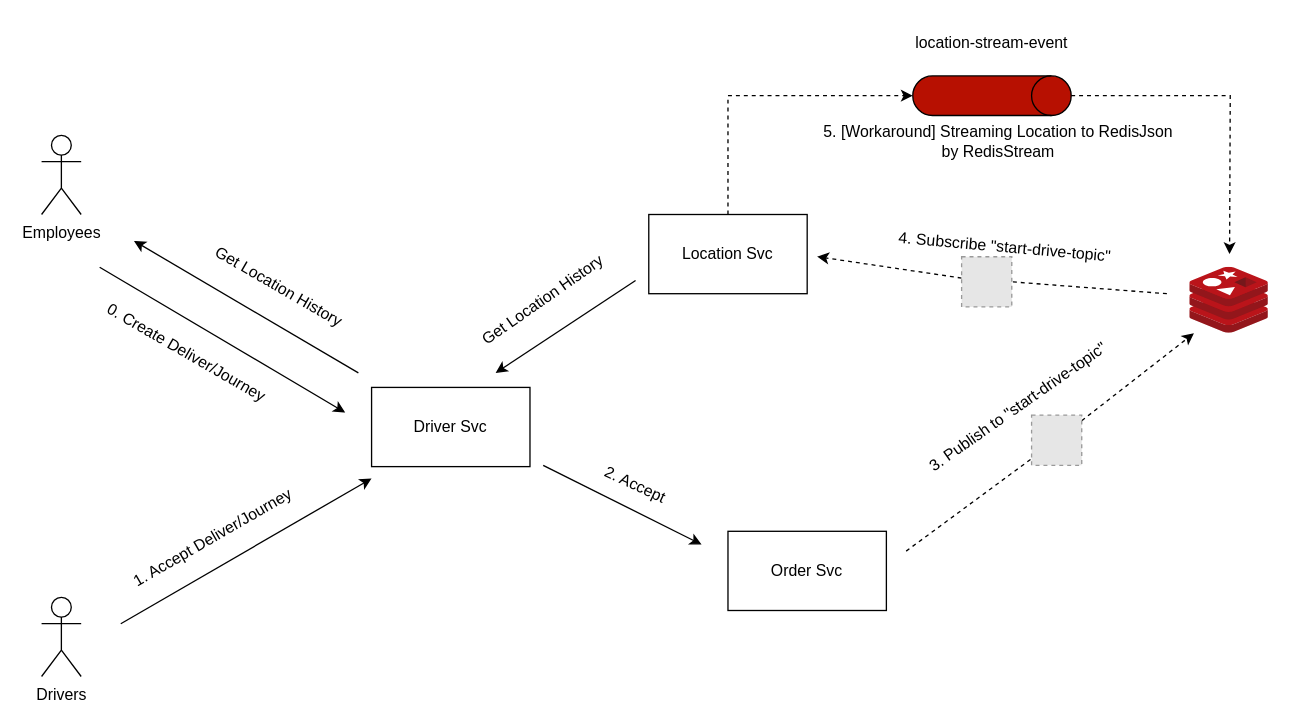
marttp/emp-friendly keeps this draw.io diagram as scenarios/AcceptOrderThenStartCollectLocation.drawio. Above is the earlier version. Source tidied: cells renumbered, new cells numbered last; positions are measured from the earlier drawing's top-left corner, leaving out a move shared by most shapes. Both pictures are drawn from the tidied source at 132%, with x=0, y=0 at pixel (41, 16). Pictures stored in the file or linked from it are replaced by grey dashed boxes.
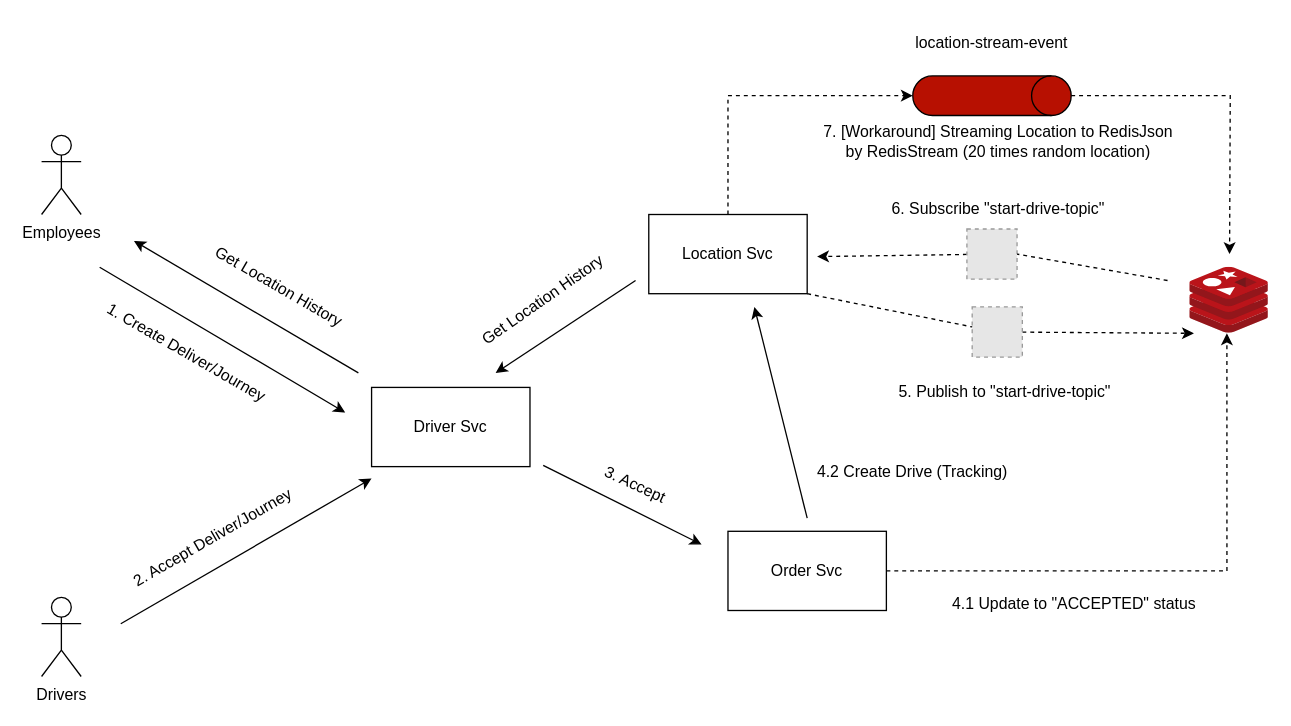
Above is the later version.

The change refers to these unchanged cells:
```xml
<mxCell id="3" style="sketch=0;html=1;points=[];align=center;image;fontSize=12;image=img/lib/mscae/Cache_Redis_Product.svg;" parent="1" vertex="1">
  <mxGeometry x="870" y="190" width="59.5" height="50" as="geometry" />
</mxCell>
<mxCell id="11" value="Order Svc" style="rounded=0;whiteSpace=wrap;html=1;" parent="1" vertex="1">
  <mxGeometry x="520" y="390" width="120" height="60" as="geometry" />
</mxCell>
<mxCell id="13" value="Location Svc" style="rounded=0;whiteSpace=wrap;html=1;" parent="1" vertex="1">
  <mxGeometry x="460" y="150" width="120" height="60" as="geometry" />
</mxCell>
```

Change to the diagram source:
```diff
@@
-    <mxCell id="10" value="1. Accept Deliver/Journey" style="text;html=1;strokeColor=none;fillColor=none;align=center;verticalAlign=middle;whiteSpace=wrap;rounded=0;rotation=-30;" parent="1" vertex="1">
+    <mxCell id="10" value="2. Accept Deliver/Journey" style="text;html=1;strokeColor=none;fillColor=none;align=center;verticalAlign=middle;whiteSpace=wrap;rounded=0;rotation=-30;" parent="1" vertex="1">
       <mxGeometry x="50" y="380" width="160" height="30" as="geometry" />
     </mxCell>
@@
-    <mxCell id="15" value="2. Accept" style="text;html=1;strokeColor=none;fillColor=none;align=center;verticalAlign=middle;whiteSpace=wrap;rounded=0;rotation=25;" parent="1" vertex="1">
+    <mxCell id="15" value="3. Accept" style="text;html=1;strokeColor=none;fillColor=none;align=center;verticalAlign=middle;whiteSpace=wrap;rounded=0;rotation=25;" parent="1" vertex="1">
       <mxGeometry x="370" y="340" width="160" height="30" as="geometry" />
     </mxCell>
@@
     <mxCell id="19" style="fillColor=#E6E6E6;strokeColor=#999999;dashed=1;html=1;verticalAlign=top;verticalLabelPosition=bottom;labelBackgroundColor=#ffffff;" parent="1" vertex="1">
-      <mxGeometry x="750" y="302" width="38" height="38" as="geometry" />
+      <mxGeometry x="705" y="220" width="38" height="38" as="geometry" />
     </mxCell>
-    <mxCell id="20" style="endArrow=none;html=1;rounded=0;dashed=1;" parent="1" edge="1" target="19">
-      <mxGeometry relative="1" as="geometry">
-        <mxPoint x="655" y="405" as="sourcePoint" />
-      </mxGeometry>
+    <mxCell id="20" style="endArrow=none;html=1;rounded=0;dashed=1;exitX=1;exitY=1;exitDx=0;exitDy=0;" parent="1" edge="1" source="13" target="19">
+      <mxGeometry relative="1" as="geometry" />
     </mxCell>
-    <mxCell id="21" value="3. Publish to &quot;start-drive-topic&quot;" style="text;html=1;strokeColor=none;fillColor=none;align=center;verticalAlign=middle;whiteSpace=wrap;rounded=0;rotation=-35;" parent="1" vertex="1">
-      <mxGeometry x="620" y="281" width="240" height="30" as="geometry" />
+    <mxCell id="21" value="5. Publish to &quot;start-drive-topic&quot;" style="text;html=1;strokeColor=none;fillColor=none;align=center;verticalAlign=middle;whiteSpace=wrap;rounded=0;rotation=0;" parent="1" vertex="1">
+      <mxGeometry x="610" y="270" width="240" height="30" as="geometry" />
     </mxCell>
@@
     <mxCell id="23" style="fillColor=#E6E6E6;strokeColor=#999999;dashed=1;html=1;verticalAlign=top;verticalLabelPosition=bottom;labelBackgroundColor=#ffffff;" parent="1" vertex="1">
-      <mxGeometry x="697" y="182" width="38" height="38" as="geometry" />
+      <mxGeometry x="701" y="161" width="38" height="38" as="geometry" />
     </mxCell>
     <mxCell id="24" style="endArrow=none;html=1;rounded=0;dashed=1;startArrow=none;entryX=1;entryY=0.5;entryDx=0;entryDy=0;" parent="1" edge="1" target="23">
       <mxGeometry relative="1" as="geometry">
-        <mxPoint x="852.5" y="210" as="sourcePoint" />
+        <mxPoint x="853" y="200" as="sourcePoint" />
       </mxGeometry>
     </mxCell>
-    <mxCell id="25" value="4. Subscribe &quot;start-drive-topic&quot;" style="text;html=1;strokeColor=none;fillColor=none;align=center;verticalAlign=middle;whiteSpace=wrap;rounded=0;rotation=5;" parent="1" vertex="1">
-      <mxGeometry x="610" y="160" width="240" height="30" as="geometry" />
+    <mxCell id="25" value="6. Subscribe &quot;start-drive-topic&quot;" style="text;html=1;strokeColor=none;fillColor=none;align=center;verticalAlign=middle;whiteSpace=wrap;rounded=0;rotation=0;" parent="1" vertex="1">
+      <mxGeometry x="605" y="131" width="240" height="30" as="geometry" />
     </mxCell>
@@
-    <mxCell id="28" value="5. [Workaround] Streaming Location to RedisJson by RedisStream" style="text;html=1;strokeColor=none;fillColor=none;align=center;verticalAlign=middle;whiteSpace=wrap;rounded=0;rotation=0;" parent="1" vertex="1">
+    <mxCell id="28" value="7. [Workaround] Streaming Location to RedisJson by RedisStream (20 times random location)" style="text;html=1;strokeColor=none;fillColor=none;align=center;verticalAlign=middle;whiteSpace=wrap;rounded=0;rotation=0;" parent="1" vertex="1">
       <mxGeometry x="590" y="80" width="270" height="30" as="geometry" />
     </mxCell>
@@
-    <mxCell id="30" value="0. Create Deliver/Journey" style="text;html=1;strokeColor=none;fillColor=none;align=center;verticalAlign=middle;whiteSpace=wrap;rounded=0;rotation=30;" parent="1" vertex="1">
+    <mxCell id="30" value="1. Create Deliver/Journey" style="text;html=1;strokeColor=none;fillColor=none;align=center;verticalAlign=middle;whiteSpace=wrap;rounded=0;rotation=30;" parent="1" vertex="1">
       <mxGeometry x="30" y="240" width="160" height="30" as="geometry" />
     </mxCell>
+    <mxCell id="31" style="endArrow=classic;html=1;rounded=0;" parent="1" edge="1">
+      <mxGeometry relative="1" as="geometry">
+        <mxPoint x="580" y="380" as="sourcePoint" />
+        <mxPoint x="540" y="220" as="targetPoint" />
+      </mxGeometry>
+    </mxCell>
+    <mxCell id="32" value="4.2 Create Drive (Tracking)" style="text;html=1;strokeColor=none;fillColor=none;align=center;verticalAlign=middle;whiteSpace=wrap;rounded=0;rotation=0;" parent="1" vertex="1">
+      <mxGeometry x="580" y="330" width="160" height="30" as="geometry" />
+    </mxCell>
+    <mxCell id="33" style="endArrow=classic;html=1;rounded=0;entryX=0.47;entryY=1;entryDx=0;entryDy=0;entryPerimeter=0;exitX=1;exitY=0.5;exitDx=0;exitDy=0;dashed=1;" parent="1" edge="1" source="11" target="3">
+      <mxGeometry relative="1" as="geometry">
+        <Array as="points">
+          <mxPoint x="898" y="420" />
+        </Array>
+      </mxGeometry>
+    </mxCell>
+    <mxCell id="34" value="4.1 Update to &quot;ACCEPTED&quot; status" style="text;html=1;strokeColor=none;fillColor=none;align=center;verticalAlign=middle;whiteSpace=wrap;rounded=0;rotation=0;" parent="1" vertex="1">
+      <mxGeometry x="680" y="430" width="205" height="30" as="geometry" />
+    </mxCell>
```
